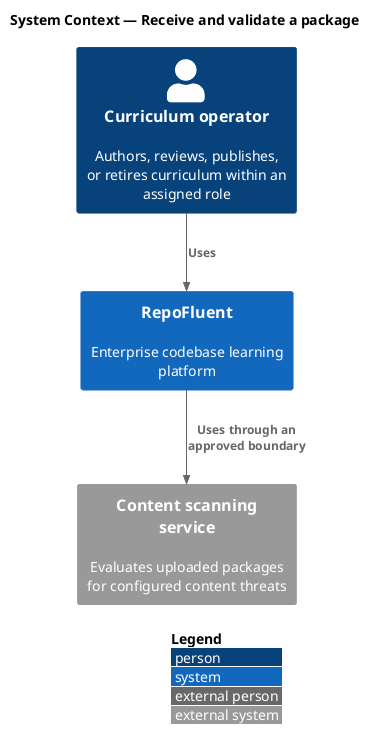
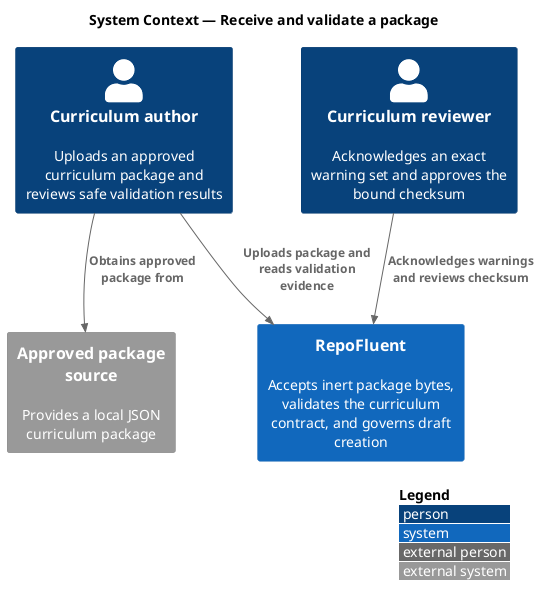
@startuml
!include <C4/C4_Context>
LAYOUT_WITH_LEGEND()
title System Context — Receive and validate a package

- Person(actor, "Curriculum operator", "Authors, reviews, publishes, or retires curriculum within an assigned role")
- System(repofluent, "RepoFluent", "Enterprise codebase learning platform")
- System_Ext(dependency, "Content scanning service", "Evaluates uploaded packages for configured content threats")
+ Person(author, "Curriculum author", "Uploads an approved curriculum package and reviews safe validation results")
+ Person(reviewer, "Curriculum reviewer", "Acknowledges an exact warning set and approves the bound checksum")
+ System(repofluent, "RepoFluent", "Accepts inert package bytes, validates the curriculum contract, and governs draft creation")
+ System_Ext(source, "Approved package source", "Provides a local JSON curriculum package")

- Rel(actor, repofluent, "Uses")
- Rel(repofluent, dependency, "Uses through an approved boundary")
+ Rel(author, source, "Obtains approved package from")
+ Rel(author, repofluent, "Uploads package and reads validation evidence")
+ Rel(reviewer, repofluent, "Acknowledges warnings and reviews checksum")
@enduml
